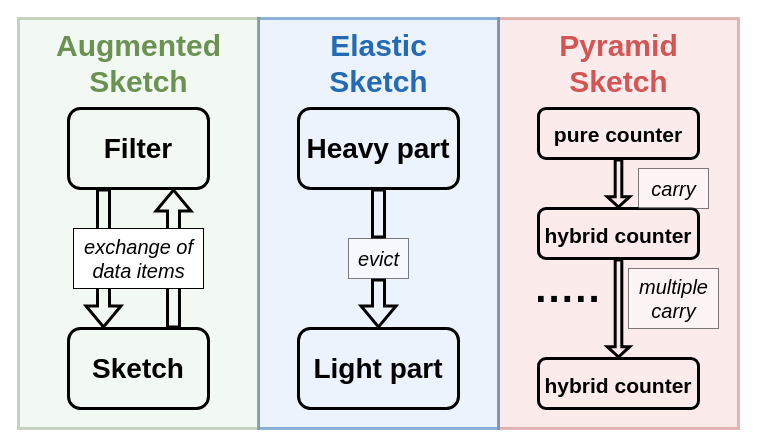
sql0316/hello-world keeps this draw.io diagram as page "AS框架 的副本" (15 of 15) of 未命名绘图.drawio. Above is the earlier version. Source tidied: cells renumbered, new cells numbered last; positions are measured from the earlier drawing's top-left corner, leaving out a move shared by most shapes. Both pictures are drawn from the tidied source at 100%, with x=0, y=0 at pixel (18, 18).
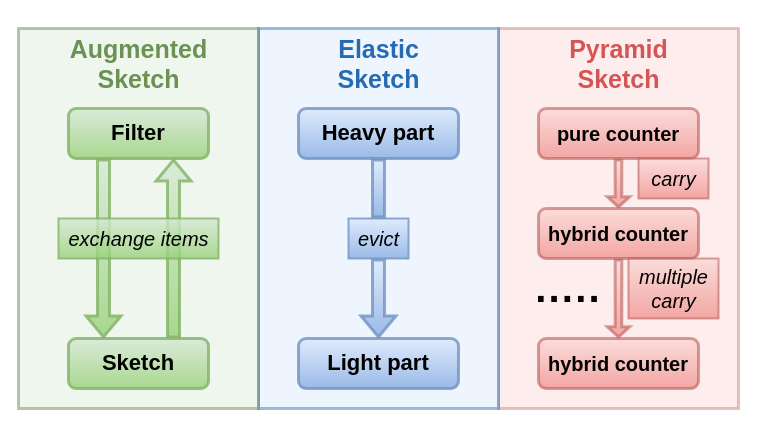
The same page after the edit.

Commit message:
更新未命名绘图.drawio

The edit, as a diff of the source:
```diff
@@
-    <mxCell id="2" style="rounded=0;whiteSpace=wrap;html=1;labelBackgroundColor=#ffffff;fontFamily=Helvetica;strokeColor=#b85450;strokeWidth=3;fillColor=#f8cecc;opacity=40;" parent="1" vertex="1">
-      <mxGeometry x="480" width="240" height="410" as="geometry" />
+    <mxCell id="2" style="rounded=0;whiteSpace=wrap;html=1;labelBackgroundColor=#ffffff;fontFamily=Helvetica;strokeColor=#b85450;strokeWidth=3;fillColor=#f8cecc;opacity=35;" parent="1" vertex="1">
+      <mxGeometry x="480" y="10" width="240" height="380" as="geometry" />
     </mxCell>
-    <mxCell id="3" style="rounded=0;whiteSpace=wrap;html=1;labelBackgroundColor=#ffffff;fontFamily=Helvetica;strokeWidth=3;fillColor=#dae8fc;strokeColor=#246BB3;opacity=50;" parent="1" vertex="1">
-      <mxGeometry x="240" width="240" height="410" as="geometry" />
+    <mxCell id="3" style="rounded=0;whiteSpace=wrap;html=1;labelBackgroundColor=#ffffff;fontFamily=Helvetica;strokeWidth=3;fillColor=#dae8fc;strokeColor=#246BB3;opacity=45;" parent="1" vertex="1">
+      <mxGeometry x="240" y="10" width="240" height="380" as="geometry" />
     </mxCell>
-    <mxCell id="4" style="rounded=0;whiteSpace=wrap;html=1;labelBackgroundColor=#ffffff;fontFamily=Helvetica;strokeWidth=3;fillColor=#d5e8d4;strokeColor=#506E3E;opacity=30;perimeterSpacing=0;" parent="1" vertex="1">
-      <mxGeometry width="240" height="410" as="geometry" />
+    <mxCell id="4" style="rounded=0;whiteSpace=wrap;html=1;labelBackgroundColor=#ffffff;fontFamily=Helvetica;strokeWidth=3;fillColor=#d5e8d4;strokeColor=#506E3E;opacity=40;perimeterSpacing=0;" parent="1" vertex="1">
+      <mxGeometry y="10" width="240" height="380" as="geometry" />
     </mxCell>
-    <mxCell id="5" style="edgeStyle=orthogonalEdgeStyle;shape=flexArrow;rounded=0;jettySize=auto;html=1;exitX=0.25;exitY=1;exitDx=0;exitDy=0;entryX=0.25;entryY=0;entryDx=0;entryDy=0;endArrow=classic;endFill=1;strokeWidth=3;fontFamily=Helvetica;" parent="1" edge="1" source="6" target="8">
+    <mxCell id="5" style="edgeStyle=orthogonalEdgeStyle;shape=flexArrow;rounded=0;jettySize=auto;html=1;exitX=0.25;exitY=1;exitDx=0;exitDy=0;entryX=0.25;entryY=0;entryDx=0;entryDy=0;endArrow=classic;endFill=1;strokeWidth=3;fontFamily=Helvetica;fillColor=#d5e8d4;gradientColor=#97d077;strokeColor=#82b366;opacity=80;" parent="1" edge="1" source="6" target="8">
       <mxGeometry relative="1" as="geometry" />
     </mxCell>
-    <mxCell id="6" value="&lt;b style=&quot;font-size: 28px;&quot;&gt;&lt;font style=&quot;font-size: 28px;&quot;&gt;Filter&lt;/font&gt;&lt;/b&gt;" style="rounded=1;whiteSpace=wrap;html=1;fillColor=none;fontFamily=Helvetica;strokeWidth=3;fontSize=28;" parent="1" vertex="1">
-      <mxGeometry x="50" y="90" width="140" height="80" as="geometry" />
+    <mxCell id="6" value="&lt;b style=&quot;font-size: 22px;&quot;&gt;&lt;font style=&quot;font-size: 22px;&quot;&gt;Filter&lt;/font&gt;&lt;/b&gt;" style="rounded=1;whiteSpace=wrap;html=1;fillColor=#d5e8d4;fontFamily=Helvetica;strokeWidth=3;fontSize=22;fillStyle=auto;gradientDirection=south;strokeColor=#82b366;gradientColor=#97d077;opacity=80;shadow=0;sketch=0;glass=0;" parent="1" vertex="1">
+      <mxGeometry x="50" y="90" width="140" height="50" as="geometry" />
     </mxCell>
-    <mxCell id="7" style="edgeStyle=orthogonalEdgeStyle;shape=flexArrow;rounded=0;jettySize=auto;html=1;exitX=0.75;exitY=0;exitDx=0;exitDy=0;entryX=0.75;entryY=1;entryDx=0;entryDy=0;endArrow=classic;endFill=1;strokeWidth=3;fontFamily=Helvetica;" parent="1" edge="1" source="8" target="6">
+    <mxCell id="7" style="edgeStyle=orthogonalEdgeStyle;shape=flexArrow;rounded=0;jettySize=auto;html=1;exitX=0.75;exitY=0;exitDx=0;exitDy=0;entryX=0.75;entryY=1;entryDx=0;entryDy=0;endArrow=classic;endFill=1;strokeWidth=3;fontFamily=Helvetica;fillColor=#d5e8d4;gradientColor=#97d077;strokeColor=#82b366;opacity=80;" parent="1" edge="1" source="8" target="6">
       <mxGeometry relative="1" as="geometry" />
     </mxCell>
-    <mxCell id="8" value="&lt;font style=&quot;font-size: 28px;&quot;&gt;&lt;span style=&quot;font-size: 28px;&quot;&gt;&lt;b style=&quot;font-size: 28px;&quot;&gt;Sketch&lt;/b&gt;&lt;/span&gt;&lt;br style=&quot;font-size: 28px;&quot;&gt;&lt;/font&gt;" style="rounded=1;whiteSpace=wrap;html=1;fillColor=none;fontFamily=Helvetica;strokeWidth=3;fontSize=28;" parent="1" vertex="1">
-      <mxGeometry x="50" y="310" width="140" height="80" as="geometry" />
+    <mxCell id="8" value="&lt;font style=&quot;font-size: 22px;&quot;&gt;&lt;span style=&quot;font-size: 22px;&quot;&gt;&lt;b style=&quot;font-size: 22px;&quot;&gt;Sketch&lt;/b&gt;&lt;/span&gt;&lt;br style=&quot;font-size: 22px;&quot;&gt;&lt;/font&gt;" style="rounded=1;whiteSpace=wrap;html=1;fillColor=#d5e8d4;fontFamily=Helvetica;strokeWidth=3;fontSize=22;gradientColor=#97d077;strokeColor=#82b366;opacity=80;" parent="1" vertex="1">
+      <mxGeometry x="50" y="320" width="140" height="50" as="geometry" />
     </mxCell>
-    <mxCell id="9" style="edgeStyle=orthogonalEdgeStyle;shape=flexArrow;rounded=0;jettySize=auto;html=1;exitX=0.5;exitY=1;exitDx=0;exitDy=0;entryX=0.5;entryY=0;entryDx=0;entryDy=0;endArrow=classic;endFill=1;strokeWidth=3;fontFamily=Helvetica;startArrow=none;" parent="1" edge="1" source="14" target="11">
+    <mxCell id="9" style="edgeStyle=orthogonalEdgeStyle;shape=flexArrow;rounded=0;jettySize=auto;html=1;exitX=0.5;exitY=1;exitDx=0;exitDy=0;entryX=0.5;entryY=0;entryDx=0;entryDy=0;endArrow=classic;endFill=1;strokeWidth=3;fontFamily=Helvetica;startArrow=none;fillColor=#dae8fc;gradientColor=#7ea6e0;strokeColor=#6c8ebf;opacity=75;" parent="1" edge="1" source="14" target="11">
       <mxGeometry relative="1" as="geometry" />
     </mxCell>
-    <mxCell id="10" value="&lt;b style=&quot;font-size: 28px;&quot;&gt;&lt;font style=&quot;font-size: 28px;&quot;&gt;Heavy part&lt;/font&gt;&lt;/b&gt;" style="rounded=1;whiteSpace=wrap;html=1;fillColor=none;fontFamily=Helvetica;strokeWidth=3;fontSize=28;" parent="1" vertex="1">
-      <mxGeometry x="280" y="90" width="160" height="80" as="geometry" />
+    <mxCell id="10" value="&lt;b style=&quot;font-size: 22px;&quot;&gt;&lt;font style=&quot;font-size: 22px;&quot;&gt;Heavy part&lt;/font&gt;&lt;/b&gt;" style="rounded=1;whiteSpace=wrap;html=1;fillColor=#dae8fc;fontFamily=Helvetica;strokeWidth=3;fontSize=22;gradientColor=#7ea6e0;strokeColor=#6c8ebf;opacity=75;" parent="1" vertex="1">
+      <mxGeometry x="280" y="90" width="160" height="50" as="geometry" />
     </mxCell>
-    <mxCell id="11" value="&lt;font style=&quot;font-size: 28px;&quot;&gt;&lt;span style=&quot;font-size: 28px;&quot;&gt;&lt;b style=&quot;font-size: 28px;&quot;&gt;Light part&lt;/b&gt;&lt;/span&gt;&lt;br style=&quot;font-size: 28px;&quot;&gt;&lt;/font&gt;" style="rounded=1;whiteSpace=wrap;html=1;fillColor=none;fontFamily=Helvetica;strokeWidth=3;fontSize=28;" parent="1" vertex="1">
-      <mxGeometry x="280" y="310" width="160" height="80" as="geometry" />
+    <mxCell id="11" value="&lt;font style=&quot;font-size: 22px;&quot;&gt;&lt;span style=&quot;font-size: 22px;&quot;&gt;&lt;b style=&quot;font-size: 22px;&quot;&gt;Light part&lt;/b&gt;&lt;/span&gt;&lt;br style=&quot;font-size: 22px;&quot;&gt;&lt;/font&gt;" style="rounded=1;whiteSpace=wrap;html=1;fillColor=#dae8fc;fontFamily=Helvetica;strokeWidth=3;fontSize=22;strokeColor=#6c8ebf;gradientColor=#7ea6e0;opacity=75;" parent="1" vertex="1">
+      <mxGeometry x="280" y="320" width="160" height="50" as="geometry" />
     </mxCell>
-    <mxCell id="12" style="edgeStyle=orthogonalEdgeStyle;shape=flexArrow;rounded=0;jettySize=auto;html=1;exitX=0.5;exitY=1;exitDx=0;exitDy=0;entryX=0.5;entryY=0;entryDx=0;entryDy=0;endArrow=classic;endFill=1;strokeWidth=3;fontFamily=Helvetica;endWidth=12.858643142197018;endSize=2.428985507246377;width=4.63768115942029;" parent="1" edge="1" source="13" target="16">
+    <mxCell id="12" style="edgeStyle=orthogonalEdgeStyle;shape=flexArrow;rounded=0;jettySize=auto;html=1;exitX=0.5;exitY=1;exitDx=0;exitDy=0;entryX=0.5;entryY=0;entryDx=0;entryDy=0;endArrow=classic;endFill=1;strokeWidth=3;fontFamily=Helvetica;endWidth=12.858643142197018;endSize=2.428985507246377;width=4.63768115942029;fillColor=#f8cecc;gradientColor=#ea6b66;strokeColor=#b85450;opacity=55;" parent="1" edge="1" source="13" target="16">
       <mxGeometry relative="1" as="geometry" />
     </mxCell>
-    <mxCell id="13" value="&lt;b style=&quot;&quot;&gt;&lt;font style=&quot;font-size: 21px;&quot;&gt;pure counter&lt;/font&gt;&lt;/b&gt;" style="rounded=1;whiteSpace=wrap;html=1;fillColor=none;fontFamily=Helvetica;strokeWidth=3;fontSize=26;" parent="1" vertex="1">
+    <mxCell id="13" value="&lt;b style=&quot;font-size: 20px;&quot;&gt;&lt;font style=&quot;font-size: 20px;&quot;&gt;pure counter&lt;/font&gt;&lt;/b&gt;" style="rounded=1;whiteSpace=wrap;html=1;fillColor=#f8cecc;fontFamily=Helvetica;strokeWidth=3;fontSize=20;gradientColor=#ea6b66;strokeColor=#b85450;opacity=55;" parent="1" vertex="1">
       <mxGeometry x="520" y="90" width="160" height="50" as="geometry" />
     </mxCell>
-    <mxCell id="14" value="&lt;i&gt;evict&lt;/i&gt;" style="text;html=1;align=center;verticalAlign=middle;points=[];strokeColor=default;fontFamily=Helvetica;fillColor=default;fontSize=20;opacity=50;" parent="1" vertex="1">
-      <mxGeometry x="330" y="220" width="60" height="40" as="geometry" />
+    <mxCell id="14" value="&lt;i&gt;evict&lt;/i&gt;" style="text;html=1;align=center;verticalAlign=middle;points=[];strokeColor=#6c8ebf;fontFamily=Helvetica;fillColor=#dae8fc;fontSize=20;opacity=75;gradientColor=#7ea6e0;strokeWidth=2;" parent="1" vertex="1">
+      <mxGeometry x="330" y="200" width="60" height="40" as="geometry" />
     </mxCell>
-    <mxCell id="15" style="edgeStyle=orthogonalEdgeStyle;shape=flexArrow;rounded=0;jettySize=auto;html=1;exitX=0.5;exitY=1;exitDx=0;exitDy=0;entryX=0.5;entryY=0;entryDx=0;entryDy=0;endArrow=none;endFill=1;strokeWidth=3;fontFamily=Helvetica;" parent="1" edge="1" source="10" target="14">
+    <mxCell id="15" style="edgeStyle=orthogonalEdgeStyle;shape=flexArrow;rounded=0;jettySize=auto;html=1;exitX=0.5;exitY=1;exitDx=0;exitDy=0;entryX=0.5;entryY=0;entryDx=0;entryDy=0;endArrow=none;endFill=1;strokeWidth=3;fontFamily=Helvetica;fillColor=#dae8fc;gradientColor=#7ea6e0;strokeColor=#6c8ebf;opacity=75;" parent="1" edge="1" source="10" target="14">
       <mxGeometry relative="1" as="geometry" />
     </mxCell>
-    <mxCell id="16" value="&lt;b&gt;&lt;font style=&quot;font-size: 21px;&quot;&gt;hybrid counter&lt;/font&gt;&lt;/b&gt;" style="rounded=1;whiteSpace=wrap;html=1;fillColor=none;fontFamily=Helvetica;strokeWidth=3;fontSize=28;" parent="1" vertex="1">
+    <mxCell id="16" value="&lt;b style=&quot;font-size: 20px;&quot;&gt;&lt;font style=&quot;font-size: 20px;&quot;&gt;hybrid counter&lt;/font&gt;&lt;/b&gt;" style="rounded=1;whiteSpace=wrap;html=1;fillColor=#f8cecc;fontFamily=Helvetica;strokeWidth=3;fontSize=20;gradientColor=#ea6b66;strokeColor=#b85450;opacity=55;" parent="1" vertex="1">
       <mxGeometry x="520" y="190" width="160" height="50" as="geometry" />
     </mxCell>
-    <mxCell id="17" value="&lt;b&gt;&lt;font style=&quot;font-size: 21px;&quot;&gt;hybrid counter&lt;/font&gt;&lt;/b&gt;" style="rounded=1;whiteSpace=wrap;html=1;fillColor=none;fontFamily=Helvetica;strokeWidth=3;fontSize=28;" parent="1" vertex="1">
-      <mxGeometry x="520" y="340" width="160" height="50" as="geometry" />
+    <mxCell id="17" value="&lt;b style=&quot;font-size: 20px;&quot;&gt;&lt;font style=&quot;font-size: 20px;&quot;&gt;hybrid counter&lt;/font&gt;&lt;/b&gt;" style="rounded=1;whiteSpace=wrap;html=1;fillColor=#f8cecc;fontFamily=Helvetica;strokeWidth=3;fontSize=20;gradientColor=#ea6b66;strokeColor=#b85450;opacity=55;" parent="1" vertex="1">
+      <mxGeometry x="520" y="320" width="160" height="50" as="geometry" />
     </mxCell>
-    <mxCell id="18" value="&lt;i&gt;carry&lt;/i&gt;" style="text;html=1;align=center;verticalAlign=middle;strokeColor=default;fontFamily=Helvetica;fillColor=default;fontSize=20;opacity=50;" parent="1" vertex="1">
-      <mxGeometry x="620" y="150" width="70" height="40" as="geometry" />
+    <mxCell id="18" value="&lt;i&gt;carry&lt;/i&gt;" style="text;html=1;align=center;verticalAlign=middle;strokeColor=#b85450;fontFamily=Helvetica;fillColor=#f8cecc;fontSize=20;opacity=55;gradientColor=#ea6b66;strokeWidth=2;" parent="1" vertex="1">
+      <mxGeometry x="620" y="140" width="70" height="40" as="geometry" />
     </mxCell>
-    <mxCell id="19" style="edgeStyle=orthogonalEdgeStyle;shape=flexArrow;rounded=0;jettySize=auto;html=1;exitX=0.5;exitY=1;exitDx=0;exitDy=0;entryX=0.5;entryY=0;entryDx=0;entryDy=0;endArrow=classic;endFill=1;strokeWidth=3;fontFamily=Helvetica;endWidth=12.858643142197018;endSize=2.428985507246377;width=4.63768115942029;" parent="1" edge="1" source="16" target="17">
+    <mxCell id="19" style="edgeStyle=orthogonalEdgeStyle;shape=flexArrow;rounded=0;jettySize=auto;html=1;exitX=0.5;exitY=1;exitDx=0;exitDy=0;entryX=0.5;entryY=0;entryDx=0;entryDy=0;endArrow=classic;endFill=1;strokeWidth=3;fontFamily=Helvetica;endWidth=12.858643142197018;endSize=2.428985507246377;width=4.63768115942029;fillColor=#f8cecc;gradientColor=#ea6b66;strokeColor=#b85450;opacity=55;" parent="1" edge="1" source="16" target="17">
       <mxGeometry relative="1" as="geometry" />
     </mxCell>
@@
-    <mxCell id="21" value="&lt;i&gt;multiple&lt;br&gt;carry&lt;br&gt;&lt;/i&gt;" style="text;html=1;align=center;verticalAlign=middle;strokeColor=default;fontFamily=Helvetica;fillColor=default;fontSize=20;opacity=50;" parent="1" vertex="1">
-      <mxGeometry x="610" y="250" width="90" height="60" as="geometry" />
+    <mxCell id="21" value="&lt;i&gt;multiple&lt;br&gt;carry&lt;br&gt;&lt;/i&gt;" style="text;html=1;align=center;verticalAlign=middle;strokeColor=#b85450;fontFamily=Helvetica;fillColor=#f8cecc;fontSize=20;opacity=55;gradientColor=#ea6b66;strokeWidth=2;" parent="1" vertex="1">
+      <mxGeometry x="610" y="240" width="90" height="60" as="geometry" />
     </mxCell>
-    <mxCell id="22" value="&lt;font style=&quot;font-size: 30px;&quot;&gt;&lt;font style=&quot;font-size: 30px;&quot; color=&quot;#6b9153&quot;&gt;Augmented&lt;br style=&quot;font-size: 30px;&quot;&gt;Sketch&lt;/font&gt;&lt;/font&gt;&lt;font style=&quot;font-size: 30px;&quot; color=&quot;#246bb3&quot;&gt;&lt;br style=&quot;font-size: 30px;&quot;&gt;&lt;/font&gt;" style="text;html=1;align=center;verticalAlign=middle;fontStyle=1;fontFamily=Helvetica;fontSize=30;strokeWidth=3;" parent="1" vertex="1">
-      <mxGeometry x="25" width="190" height="90" as="geometry" />
+    <mxCell id="22" value="&lt;font style=&quot;font-size: 25px;&quot;&gt;&lt;font style=&quot;font-size: 25px;&quot; color=&quot;#6b9153&quot;&gt;Augmented&lt;br style=&quot;font-size: 25px;&quot;&gt;Sketch&lt;/font&gt;&lt;/font&gt;&lt;font style=&quot;font-size: 25px;&quot; color=&quot;#246bb3&quot;&gt;&lt;br style=&quot;font-size: 25px;&quot;&gt;&lt;/font&gt;" style="text;html=1;align=center;verticalAlign=middle;fontStyle=1;fontFamily=Helvetica;fontSize=25;strokeWidth=3;" parent="1" vertex="1">
+      <mxGeometry x="40" y="10" width="160" height="70" as="geometry" />
     </mxCell>
-    <mxCell id="23" value="&lt;font style=&quot;font-size: 30px;&quot;&gt;Elastic&lt;br style=&quot;font-size: 30px;&quot;&gt;Sketch&lt;/font&gt;" style="text;html=1;align=center;verticalAlign=middle;fontStyle=1;fontFamily=Helvetica;fontSize=30;strokeWidth=3;fontColor=#246BB3;" parent="1" vertex="1">
-      <mxGeometry x="300" width="120" height="90" as="geometry" />
+    <mxCell id="23" value="&lt;font style=&quot;font-size: 25px;&quot;&gt;Elastic&lt;br style=&quot;font-size: 25px;&quot;&gt;Sketch&lt;/font&gt;" style="text;html=1;align=center;verticalAlign=middle;fontStyle=1;fontFamily=Helvetica;fontSize=25;strokeWidth=3;fontColor=#246BB3;" parent="1" vertex="1">
+      <mxGeometry x="305" y="10" width="110" height="70" as="geometry" />
     </mxCell>
-    <mxCell id="24" value="&lt;font style=&quot;font-size: 30px;&quot; color=&quot;#d45555&quot;&gt;Pyramid&lt;br&gt;Sketch&lt;br&gt;&lt;/font&gt;" style="text;html=1;align=center;verticalAlign=middle;fontStyle=1;fontFamily=Helvetica;fontSize=30;strokeWidth=3;fontColor=#CF5353;opacity=60;rotation=0;" parent="1" vertex="1">
-      <mxGeometry x="530" width="140" height="90" as="geometry" />
+    <mxCell id="24" value="&lt;font style=&quot;font-size: 25px;&quot; color=&quot;#d45555&quot;&gt;Pyramid&lt;br style=&quot;font-size: 25px;&quot;&gt;Sketch&lt;br style=&quot;font-size: 25px;&quot;&gt;&lt;/font&gt;" style="text;html=1;align=center;verticalAlign=middle;fontStyle=1;fontFamily=Helvetica;fontSize=25;strokeWidth=3;fontColor=#CF5353;opacity=60;rotation=0;" parent="1" vertex="1">
+      <mxGeometry x="540" y="10" width="120" height="70" as="geometry" />
     </mxCell>
-    <mxCell id="25" value="&lt;font style=&quot;font-size: 20px;&quot;&gt;&lt;i style=&quot;font-size: 20px;&quot;&gt;exchange of&lt;br style=&quot;font-size: 20px;&quot;&gt;data items&lt;/i&gt;&lt;/font&gt;" style="text;html=1;align=center;verticalAlign=middle;strokeColor=default;fontFamily=Helvetica;fillColor=default;fontSize=20;" parent="1" vertex="1">
-      <mxGeometry x="55" y="210" width="130" height="60" as="geometry" />
+    <mxCell id="25" value="&lt;font style=&quot;font-size: 20px;&quot;&gt;&lt;i style=&quot;font-size: 20px;&quot;&gt;exchange items&lt;/i&gt;&lt;/font&gt;" style="text;html=1;align=center;verticalAlign=middle;strokeColor=#82b366;fontFamily=Helvetica;fillColor=#d5e8d4;fontSize=20;gradientColor=#97d077;opacity=80;strokeWidth=2;" parent="1" vertex="1">
+      <mxGeometry x="40" y="200" width="160" height="40" as="geometry" />
     </mxCell>
```
